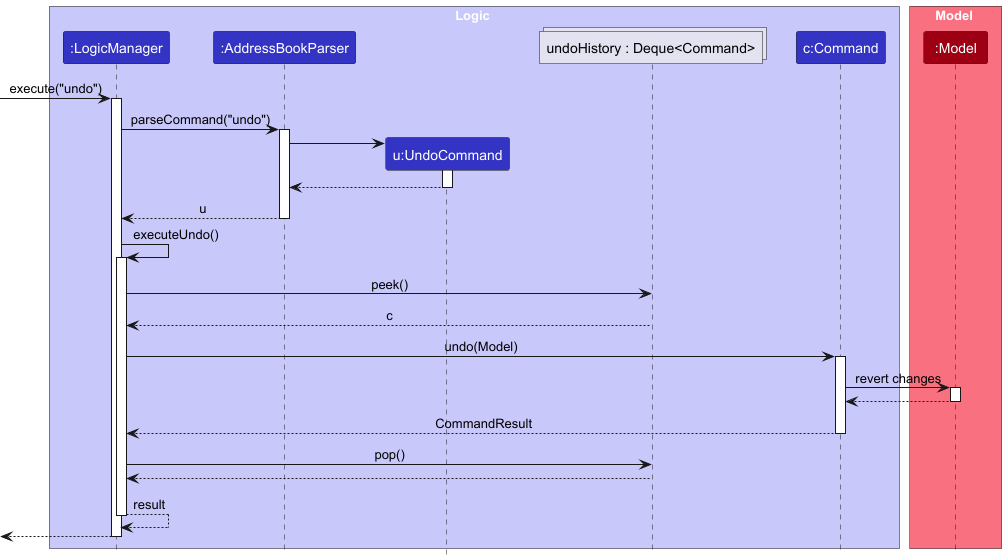
AY2526S2-CS2103-F11-2/tp keeps this PlantUML diagram as docs/images/UndoSequenceDiagram-Logic.png. Above is the earlier version. Its diagram source:
```plantuml
@startuml
!include style.puml
skinparam ArrowFontStyle plain

box Logic LOGIC_COLOR_T1
participant ":LogicManager" as LogicManager LOGIC_COLOR
participant ":AddressBookParser" as AddressBookParser LOGIC_COLOR
participant "u:UndoCommand" as UndoCommand LOGIC_COLOR
collections "undoHistory : Deque<Command>" as UndoHistory
participant "c:Command" as PrevCommand LOGIC_COLOR
end box

box Model MODEL_COLOR_T1
participant ":Model" as Model MODEL_COLOR
end box

[-> LogicManager : execute("undo")
activate LogicManager

LogicManager -> AddressBookParser : parseCommand("undo")
activate AddressBookParser

create UndoCommand
AddressBookParser -> UndoCommand
activate UndoCommand

UndoCommand --> AddressBookParser
deactivate UndoCommand

AddressBookParser --> LogicManager : u
deactivate AddressBookParser

LogicManager -> LogicManager : executeUndo()
activate LogicManager

LogicManager -> UndoHistory : peek()
UndoHistory --> LogicManager : c

LogicManager -> PrevCommand : undo(Model)
activate PrevCommand

PrevCommand -> Model : revert changes
activate Model
Model --> PrevCommand
deactivate Model

PrevCommand --> LogicManager : CommandResult
deactivate PrevCommand

LogicManager -> UndoHistory : pop()
UndoHistory --> LogicManager

LogicManager --> LogicManager : result
deactivate LogicManager

[<-- LogicManager
deactivate LogicManager
@enduml
```
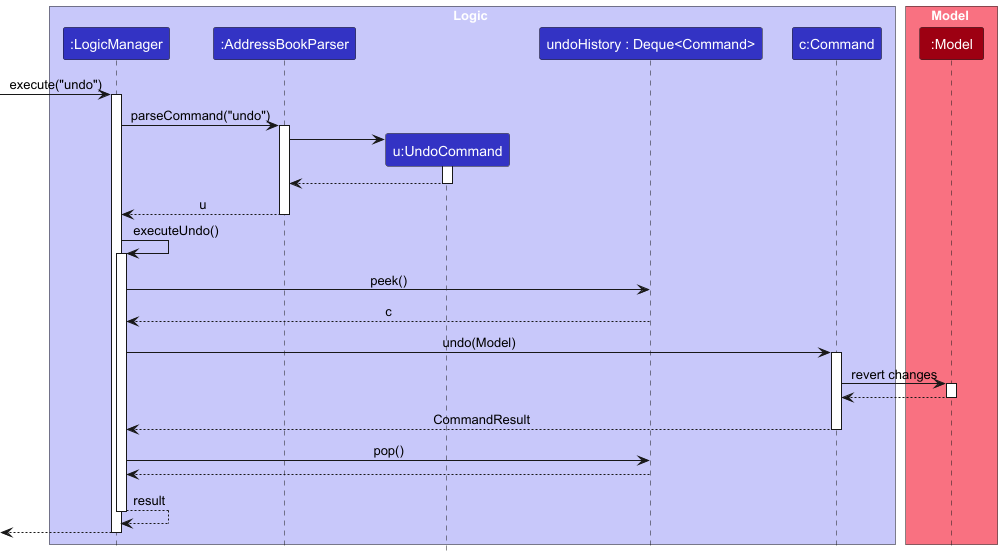
After the change.

Commit message:
Fix undo uml diagram

What changed in the source:
```diff
@@ -6,7 +6,7 @@
 participant ":LogicManager" as LogicManager LOGIC_COLOR
 participant ":AddressBookParser" as AddressBookParser LOGIC_COLOR
 participant "u:UndoCommand" as UndoCommand LOGIC_COLOR
-collections "undoHistory : Deque<Command>" as UndoHistory
+participant "undoHistory : Deque<Command>" as UndoHistory LOGIC_COLOR
 participant "c:Command" as PrevCommand LOGIC_COLOR
 end box
 
```
